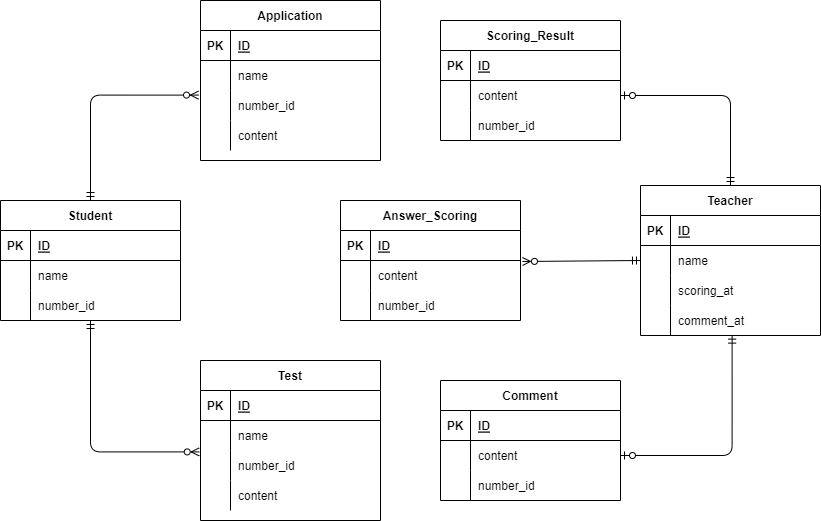
Earlier version of the draw.io export index.drawio.png (masshii/datebasesekkei-enshuumondai). Source tidied: cells renumbered, new cells last; positions are measured from the earlier drawing's top-left corner, leaving out a move shared by most shapes. The source it was exported from:
```xml
<mxGraphModel>
  <root>
    <mxCell id="0" />
    <mxCell id="1" parent="0" />
    <mxCell id="2" value="Application" style="shape=table;startSize=30;rowLines=0;fontStyle=1;align=center;" parent="1" vertex="1">
      <mxGeometry x="200" width="180" height="160" as="geometry" />
    </mxCell>
    <mxCell id="3" style="shape=partialRectangle;fillColor=none;top=0;left=0;bottom=1;right=0;" parent="2" vertex="1">
      <mxGeometry y="30" width="180" height="30" as="geometry" />
    </mxCell>
    <mxCell id="4" value="PK" style="shape=partialRectangle;fillColor=none;top=0;left=0;bottom=0;right=0;fontStyle=1;overflow=hidden;" parent="3" vertex="1">
      <mxGeometry width="30" height="30" as="geometry" />
    </mxCell>
    <mxCell id="5" value="ID" style="shape=partialRectangle;fillColor=none;top=0;left=0;bottom=0;right=0;align=left;spacingLeft=6;fontStyle=5;overflow=hidden;" parent="3" vertex="1">
      <mxGeometry x="30" width="150" height="30" as="geometry" />
    </mxCell>
    <mxCell id="6" style="shape=partialRectangle;fillColor=none;top=0;left=0;bottom=0;right=0;" parent="2" vertex="1">
      <mxGeometry y="60" width="180" height="30" as="geometry" />
    </mxCell>
    <mxCell id="7" style="shape=partialRectangle;fillColor=none;top=0;left=0;bottom=0;right=0;overflow=hidden;" parent="6" vertex="1">
      <mxGeometry width="30" height="30" as="geometry" />
    </mxCell>
    <mxCell id="8" value="name" style="shape=partialRectangle;fillColor=none;top=0;left=0;bottom=0;right=0;align=left;spacingLeft=6;overflow=hidden;" parent="6" vertex="1">
      <mxGeometry x="30" width="150" height="30" as="geometry" />
    </mxCell>
    <mxCell id="9" style="shape=partialRectangle;fillColor=none;top=0;left=0;bottom=0;right=0;points=[[0,0.5],[1,0.5]];portConstraint=eastwest;" parent="2" vertex="1">
      <mxGeometry y="90" width="180" height="30" as="geometry" />
    </mxCell>
    <mxCell id="10" style="shape=partialRectangle;fillColor=none;top=0;left=0;bottom=0;right=0;overflow=hidden;" parent="9" vertex="1">
      <mxGeometry width="30" height="30" as="geometry" />
    </mxCell>
    <mxCell id="11" value="number_id" style="shape=partialRectangle;fillColor=none;top=0;left=0;bottom=0;right=0;align=left;spacingLeft=6;overflow=hidden;" parent="9" vertex="1">
      <mxGeometry x="30" width="150" height="30" as="geometry" />
    </mxCell>
    <mxCell id="12" style="shape=partialRectangle;fillColor=none;top=0;left=0;bottom=0;right=0;" parent="2" vertex="1">
      <mxGeometry y="120" width="180" height="30" as="geometry" />
    </mxCell>
    <mxCell id="13" style="shape=partialRectangle;fillColor=none;top=0;left=0;bottom=0;right=0;overflow=hidden;" parent="12" vertex="1">
      <mxGeometry width="30" height="30" as="geometry" />
    </mxCell>
    <mxCell id="14" value="content" style="shape=partialRectangle;fillColor=none;top=0;left=0;bottom=0;right=0;align=left;spacingLeft=6;overflow=hidden;" parent="12" vertex="1">
      <mxGeometry x="30" width="150" height="30" as="geometry" />
    </mxCell>
    <mxCell id="15" value="Scoring_Result" style="shape=table;startSize=30;rowLines=0;fontStyle=1;align=center;" parent="1" vertex="1">
      <mxGeometry x="440" y="20" width="180" height="120" as="geometry" />
    </mxCell>
    <mxCell id="16" style="shape=partialRectangle;fillColor=none;top=0;left=0;bottom=1;right=0;" parent="15" vertex="1">
      <mxGeometry y="30" width="180" height="30" as="geometry" />
    </mxCell>
    <mxCell id="17" value="PK" style="shape=partialRectangle;fillColor=none;top=0;left=0;bottom=0;right=0;fontStyle=1;overflow=hidden;" parent="16" vertex="1">
      <mxGeometry width="30" height="30" as="geometry" />
    </mxCell>
    <mxCell id="18" value="ID" style="shape=partialRectangle;fillColor=none;top=0;left=0;bottom=0;right=0;align=left;spacingLeft=6;fontStyle=5;overflow=hidden;" parent="16" vertex="1">
      <mxGeometry x="30" width="150" height="30" as="geometry" />
    </mxCell>
    <mxCell id="19" style="shape=partialRectangle;fillColor=none;top=0;left=0;bottom=0;right=0;points=[[0,0.5],[1,0.5]];portConstraint=eastwest;" parent="15" vertex="1">
      <mxGeometry y="60" width="180" height="30" as="geometry" />
    </mxCell>
    <mxCell id="20" style="shape=partialRectangle;fillColor=none;top=0;left=0;bottom=0;right=0;overflow=hidden;" parent="19" vertex="1">
      <mxGeometry width="30" height="30" as="geometry" />
    </mxCell>
    <mxCell id="21" value="content" style="shape=partialRectangle;fillColor=none;top=0;left=0;bottom=0;right=0;align=left;spacingLeft=6;overflow=hidden;" parent="19" vertex="1">
      <mxGeometry x="30" width="150" height="30" as="geometry" />
    </mxCell>
    <mxCell id="22" style="shape=partialRectangle;fillColor=none;top=0;left=0;bottom=0;right=0;" parent="15" vertex="1">
      <mxGeometry y="90" width="180" height="30" as="geometry" />
    </mxCell>
    <mxCell id="23" style="shape=partialRectangle;fillColor=none;top=0;left=0;bottom=0;right=0;overflow=hidden;" parent="22" vertex="1">
      <mxGeometry width="30" height="30" as="geometry" />
    </mxCell>
    <mxCell id="24" value="number_id" style="shape=partialRectangle;fillColor=none;top=0;left=0;bottom=0;right=0;align=left;spacingLeft=6;overflow=hidden;" parent="22" vertex="1">
      <mxGeometry x="30" width="150" height="30" as="geometry" />
    </mxCell>
    <mxCell id="25" style="edgeStyle=orthogonalEdgeStyle;html=1;exitX=0.5;exitY=0;exitDx=0;exitDy=0;entryX=-0.011;entryY=0.153;entryDx=0;entryDy=0;entryPerimeter=0;startArrow=ERmandOne;startFill=0;endArrow=ERzeroToMany;endFill=0;" parent="1" edge="1" source="27" target="9">
      <mxGeometry relative="1" as="geometry" />
    </mxCell>
    <mxCell id="26" style="edgeStyle=orthogonalEdgeStyle;html=1;exitX=0.5;exitY=1;exitDx=0;exitDy=0;entryX=-0.007;entryY=0.047;entryDx=0;entryDy=0;entryPerimeter=0;startArrow=ERmandOne;startFill=0;endArrow=ERzeroToMany;endFill=0;" parent="1" edge="1" source="27" target="44">
      <mxGeometry relative="1" as="geometry" />
    </mxCell>
    <mxCell id="27" value="Student" style="shape=table;startSize=30;rowLines=0;fontStyle=1;align=center;" parent="1" vertex="1">
      <mxGeometry y="200" width="180" height="120" as="geometry" />
    </mxCell>
    <mxCell id="28" style="shape=partialRectangle;fillColor=none;top=0;left=0;bottom=1;right=0;" parent="27" vertex="1">
      <mxGeometry y="30" width="180" height="30" as="geometry" />
    </mxCell>
    <mxCell id="29" value="PK" style="shape=partialRectangle;fillColor=none;top=0;left=0;bottom=0;right=0;fontStyle=1;overflow=hidden;" parent="28" vertex="1">
      <mxGeometry width="30" height="30" as="geometry" />
    </mxCell>
    <mxCell id="30" value="ID" style="shape=partialRectangle;fillColor=none;top=0;left=0;bottom=0;right=0;align=left;spacingLeft=6;fontStyle=5;overflow=hidden;" parent="28" vertex="1">
      <mxGeometry x="30" width="150" height="30" as="geometry" />
    </mxCell>
    <mxCell id="31" style="shape=partialRectangle;fillColor=none;top=0;left=0;bottom=0;right=0;" parent="27" vertex="1">
      <mxGeometry y="60" width="180" height="30" as="geometry" />
    </mxCell>
    <mxCell id="32" style="shape=partialRectangle;fillColor=none;top=0;left=0;bottom=0;right=0;overflow=hidden;" parent="31" vertex="1">
      <mxGeometry width="30" height="30" as="geometry" />
    </mxCell>
    <mxCell id="33" value="name" style="shape=partialRectangle;fillColor=none;top=0;left=0;bottom=0;right=0;align=left;spacingLeft=6;overflow=hidden;" parent="31" vertex="1">
      <mxGeometry x="30" width="150" height="30" as="geometry" />
    </mxCell>
    <mxCell id="34" style="shape=partialRectangle;fillColor=none;top=0;left=0;bottom=0;right=0;" parent="27" vertex="1">
      <mxGeometry y="90" width="180" height="30" as="geometry" />
    </mxCell>
    <mxCell id="35" style="shape=partialRectangle;fillColor=none;top=0;left=0;bottom=0;right=0;overflow=hidden;" parent="34" vertex="1">
      <mxGeometry width="30" height="30" as="geometry" />
    </mxCell>
    <mxCell id="36" value="number_id" style="shape=partialRectangle;fillColor=none;top=0;left=0;bottom=0;right=0;align=left;spacingLeft=6;overflow=hidden;" parent="34" vertex="1">
      <mxGeometry x="30" width="150" height="30" as="geometry" />
    </mxCell>
    <mxCell id="37" value="Test" style="shape=table;startSize=30;rowLines=0;fontStyle=1;align=center;" parent="1" vertex="1">
      <mxGeometry x="200" y="360" width="180" height="160" as="geometry" />
    </mxCell>
    <mxCell id="38" style="shape=partialRectangle;fillColor=none;top=0;left=0;bottom=1;right=0;" parent="37" vertex="1">
      <mxGeometry y="30" width="180" height="30" as="geometry" />
    </mxCell>
    <mxCell id="39" value="PK" style="shape=partialRectangle;fillColor=none;top=0;left=0;bottom=0;right=0;fontStyle=1;overflow=hidden;" parent="38" vertex="1">
      <mxGeometry width="30" height="30" as="geometry" />
    </mxCell>
    <mxCell id="40" value="ID" style="shape=partialRectangle;fillColor=none;top=0;left=0;bottom=0;right=0;align=left;spacingLeft=6;fontStyle=5;overflow=hidden;" parent="38" vertex="1">
      <mxGeometry x="30" width="150" height="30" as="geometry" />
    </mxCell>
    <mxCell id="41" style="shape=partialRectangle;fillColor=none;top=0;left=0;bottom=0;right=0;" parent="37" vertex="1">
      <mxGeometry y="60" width="180" height="30" as="geometry" />
    </mxCell>
    <mxCell id="42" style="shape=partialRectangle;fillColor=none;top=0;left=0;bottom=0;right=0;overflow=hidden;" parent="41" vertex="1">
      <mxGeometry width="30" height="30" as="geometry" />
    </mxCell>
    <mxCell id="43" value="name" style="shape=partialRectangle;fillColor=none;top=0;left=0;bottom=0;right=0;align=left;spacingLeft=6;overflow=hidden;" parent="41" vertex="1">
      <mxGeometry x="30" width="150" height="30" as="geometry" />
    </mxCell>
    <mxCell id="44" style="shape=partialRectangle;fillColor=none;top=0;left=0;bottom=0;right=0;points=[[0,0.5],[1,0.5]];portConstraint=eastwest;" parent="37" vertex="1">
      <mxGeometry y="90" width="180" height="30" as="geometry" />
    </mxCell>
    <mxCell id="45" style="shape=partialRectangle;fillColor=none;top=0;left=0;bottom=0;right=0;overflow=hidden;" parent="44" vertex="1">
      <mxGeometry width="30" height="30" as="geometry" />
    </mxCell>
    <mxCell id="46" value="number_id" style="shape=partialRectangle;fillColor=none;top=0;left=0;bottom=0;right=0;align=left;spacingLeft=6;overflow=hidden;" parent="44" vertex="1">
      <mxGeometry x="30" width="150" height="30" as="geometry" />
    </mxCell>
    <mxCell id="47" style="shape=partialRectangle;fillColor=none;top=0;left=0;bottom=0;right=0;" parent="37" vertex="1">
      <mxGeometry y="120" width="180" height="30" as="geometry" />
    </mxCell>
    <mxCell id="48" style="shape=partialRectangle;fillColor=none;top=0;left=0;bottom=0;right=0;overflow=hidden;" parent="47" vertex="1">
      <mxGeometry width="30" height="30" as="geometry" />
    </mxCell>
    <mxCell id="49" value="content" style="shape=partialRectangle;fillColor=none;top=0;left=0;bottom=0;right=0;align=left;spacingLeft=6;overflow=hidden;" parent="47" vertex="1">
      <mxGeometry x="30" width="150" height="30" as="geometry" />
    </mxCell>
    <mxCell id="50" value="Comment" style="shape=table;startSize=30;rowLines=0;fontStyle=1;align=center;" parent="1" vertex="1">
      <mxGeometry x="440" y="380" width="180" height="120" as="geometry" />
    </mxCell>
    <mxCell id="51" style="shape=partialRectangle;fillColor=none;top=0;left=0;bottom=1;right=0;" parent="50" vertex="1">
      <mxGeometry y="30" width="180" height="30" as="geometry" />
    </mxCell>
    <mxCell id="52" value="PK" style="shape=partialRectangle;fillColor=none;top=0;left=0;bottom=0;right=0;fontStyle=1;overflow=hidden;" parent="51" vertex="1">
      <mxGeometry width="30" height="30" as="geometry" />
    </mxCell>
    <mxCell id="53" value="ID" style="shape=partialRectangle;fillColor=none;top=0;left=0;bottom=0;right=0;align=left;spacingLeft=6;fontStyle=5;overflow=hidden;" parent="51" vertex="1">
      <mxGeometry x="30" width="150" height="30" as="geometry" />
    </mxCell>
    <mxCell id="54" style="shape=partialRectangle;fillColor=none;top=0;left=0;bottom=0;right=0;points=[[0,0.5],[1,0.5]];portConstraint=eastwest;" parent="50" vertex="1">
      <mxGeometry y="60" width="180" height="30" as="geometry" />
    </mxCell>
    <mxCell id="55" style="shape=partialRectangle;fillColor=none;top=0;left=0;bottom=0;right=0;overflow=hidden;" parent="54" vertex="1">
      <mxGeometry width="30" height="30" as="geometry" />
    </mxCell>
    <mxCell id="56" value="content" style="shape=partialRectangle;fillColor=none;top=0;left=0;bottom=0;right=0;align=left;spacingLeft=6;overflow=hidden;" parent="54" vertex="1">
      <mxGeometry x="30" width="150" height="30" as="geometry" />
    </mxCell>
    <mxCell id="57" style="shape=partialRectangle;fillColor=none;top=0;left=0;bottom=0;right=0;" parent="50" vertex="1">
      <mxGeometry y="90" width="180" height="30" as="geometry" />
    </mxCell>
    <mxCell id="58" style="shape=partialRectangle;fillColor=none;top=0;left=0;bottom=0;right=0;overflow=hidden;" parent="57" vertex="1">
      <mxGeometry width="30" height="30" as="geometry" />
    </mxCell>
    <mxCell id="59" value="number_id" style="shape=partialRectangle;fillColor=none;top=0;left=0;bottom=0;right=0;align=left;spacingLeft=6;overflow=hidden;" parent="57" vertex="1">
      <mxGeometry x="30" width="150" height="30" as="geometry" />
    </mxCell>
    <mxCell id="60" style="edgeStyle=orthogonalEdgeStyle;html=1;exitX=0.5;exitY=0;exitDx=0;exitDy=0;startArrow=ERmandOne;startFill=0;endArrow=ERzeroToOne;endFill=0;" parent="1" edge="1" source="61" target="19">
      <mxGeometry relative="1" as="geometry" />
    </mxCell>
    <mxCell id="61" value="Teacher" style="shape=table;startSize=30;rowLines=0;fontStyle=1;align=center;" parent="1" vertex="1">
      <mxGeometry x="640" y="185" width="180" height="150" as="geometry" />
    </mxCell>
    <mxCell id="62" style="shape=partialRectangle;fillColor=none;top=0;left=0;bottom=1;right=0;" parent="61" vertex="1">
      <mxGeometry y="30" width="180" height="30" as="geometry" />
    </mxCell>
    <mxCell id="63" value="PK" style="shape=partialRectangle;fillColor=none;top=0;left=0;bottom=0;right=0;fontStyle=1;overflow=hidden;" parent="62" vertex="1">
      <mxGeometry width="30" height="30" as="geometry" />
    </mxCell>
    <mxCell id="64" value="ID" style="shape=partialRectangle;fillColor=none;top=0;left=0;bottom=0;right=0;align=left;spacingLeft=6;fontStyle=5;overflow=hidden;" parent="62" vertex="1">
      <mxGeometry x="30" width="150" height="30" as="geometry" />
    </mxCell>
    <mxCell id="65" style="shape=partialRectangle;fillColor=none;top=0;left=0;bottom=0;right=0;points=[[0,0.5],[1,0.5]];portConstraint=eastwest;" parent="61" vertex="1">
      <mxGeometry y="60" width="180" height="30" as="geometry" />
    </mxCell>
    <mxCell id="66" style="shape=partialRectangle;fillColor=none;top=0;left=0;bottom=0;right=0;overflow=hidden;" parent="65" vertex="1">
      <mxGeometry width="30" height="30" as="geometry" />
    </mxCell>
    <mxCell id="67" value="name" style="shape=partialRectangle;fillColor=none;top=0;left=0;bottom=0;right=0;align=left;spacingLeft=6;overflow=hidden;" parent="65" vertex="1">
      <mxGeometry x="30" width="150" height="30" as="geometry" />
    </mxCell>
    <mxCell id="68" style="shape=partialRectangle;fillColor=none;top=0;left=0;bottom=0;right=0;" parent="61" vertex="1">
      <mxGeometry y="90" width="180" height="30" as="geometry" />
    </mxCell>
    <mxCell id="69" style="shape=partialRectangle;fillColor=none;top=0;left=0;bottom=0;right=0;overflow=hidden;" parent="68" vertex="1">
      <mxGeometry width="30" height="30" as="geometry" />
    </mxCell>
    <mxCell id="70" value="scoring_at" style="shape=partialRectangle;fillColor=none;top=0;left=0;bottom=0;right=0;align=left;spacingLeft=6;overflow=hidden;" parent="68" vertex="1">
      <mxGeometry x="30" width="150" height="30" as="geometry" />
    </mxCell>
    <mxCell id="71" style="shape=partialRectangle;fillColor=none;top=0;left=0;bottom=0;right=0;points=[[0,0.5],[1,0.5]];portConstraint=eastwest;" parent="61" vertex="1">
      <mxGeometry y="120" width="180" height="30" as="geometry" />
    </mxCell>
    <mxCell id="72" style="shape=partialRectangle;fillColor=none;top=0;left=0;bottom=0;right=0;overflow=hidden;" parent="71" vertex="1">
      <mxGeometry width="30" height="30" as="geometry" />
    </mxCell>
    <mxCell id="73" value="comment_at" style="shape=partialRectangle;fillColor=none;top=0;left=0;bottom=0;right=0;align=left;spacingLeft=6;overflow=hidden;" parent="71" vertex="1">
      <mxGeometry x="30" width="150" height="30" as="geometry" />
    </mxCell>
    <mxCell id="74" value="Answer_Scoring" style="shape=table;startSize=30;rowLines=0;fontStyle=1;align=center;" parent="1" vertex="1">
      <mxGeometry x="340" y="200" width="180" height="120" as="geometry" />
    </mxCell>
    <mxCell id="75" style="shape=partialRectangle;fillColor=none;top=0;left=0;bottom=1;right=0;" parent="74" vertex="1">
      <mxGeometry y="30" width="180" height="30" as="geometry" />
    </mxCell>
    <mxCell id="76" value="PK" style="shape=partialRectangle;fillColor=none;top=0;left=0;bottom=0;right=0;fontStyle=1;overflow=hidden;" parent="75" vertex="1">
      <mxGeometry width="30" height="30" as="geometry" />
    </mxCell>
    <mxCell id="77" value="ID" style="shape=partialRectangle;fillColor=none;top=0;left=0;bottom=0;right=0;align=left;spacingLeft=6;fontStyle=5;overflow=hidden;" parent="75" vertex="1">
      <mxGeometry x="30" width="150" height="30" as="geometry" />
    </mxCell>
    <mxCell id="78" style="shape=partialRectangle;fillColor=none;top=0;left=0;bottom=0;right=0;points=[[0,0.5],[1,0.5]];portConstraint=eastwest;" parent="74" vertex="1">
      <mxGeometry y="60" width="180" height="30" as="geometry" />
    </mxCell>
    <mxCell id="79" style="shape=partialRectangle;fillColor=none;top=0;left=0;bottom=0;right=0;overflow=hidden;" parent="78" vertex="1">
      <mxGeometry width="30" height="30" as="geometry" />
    </mxCell>
    <mxCell id="80" value="content" style="shape=partialRectangle;fillColor=none;top=0;left=0;bottom=0;right=0;align=left;spacingLeft=6;overflow=hidden;" parent="78" vertex="1">
      <mxGeometry x="30" width="150" height="30" as="geometry" />
    </mxCell>
    <mxCell id="81" style="shape=partialRectangle;fillColor=none;top=0;left=0;bottom=0;right=0;" parent="74" vertex="1">
      <mxGeometry y="90" width="180" height="30" as="geometry" />
    </mxCell>
    <mxCell id="82" style="shape=partialRectangle;fillColor=none;top=0;left=0;bottom=0;right=0;overflow=hidden;" parent="81" vertex="1">
      <mxGeometry width="30" height="30" as="geometry" />
    </mxCell>
    <mxCell id="83" value="number_id" style="shape=partialRectangle;fillColor=none;top=0;left=0;bottom=0;right=0;align=left;spacingLeft=6;overflow=hidden;" parent="81" vertex="1">
      <mxGeometry x="30" width="150" height="30" as="geometry" />
    </mxCell>
    <mxCell id="84" style="edgeStyle=orthogonalEdgeStyle;html=1;exitX=1;exitY=0.5;exitDx=0;exitDy=0;entryX=0.509;entryY=0.987;entryDx=0;entryDy=0;entryPerimeter=0;startArrow=ERzeroToOne;startFill=0;endArrow=ERmandOne;endFill=0;" parent="1" edge="1" source="54" target="71">
      <mxGeometry relative="1" as="geometry" />
    </mxCell>
    <mxCell id="85" style="edgeStyle=none;html=1;exitX=0;exitY=0.5;exitDx=0;exitDy=0;entryX=1.011;entryY=0.033;entryDx=0;entryDy=0;entryPerimeter=0;startArrow=ERmandOne;startFill=0;endArrow=ERzeroToMany;endFill=0;" parent="1" edge="1" source="65" target="78">
      <mxGeometry relative="1" as="geometry" />
    </mxCell>
  </root>
</mxGraphModel>
```
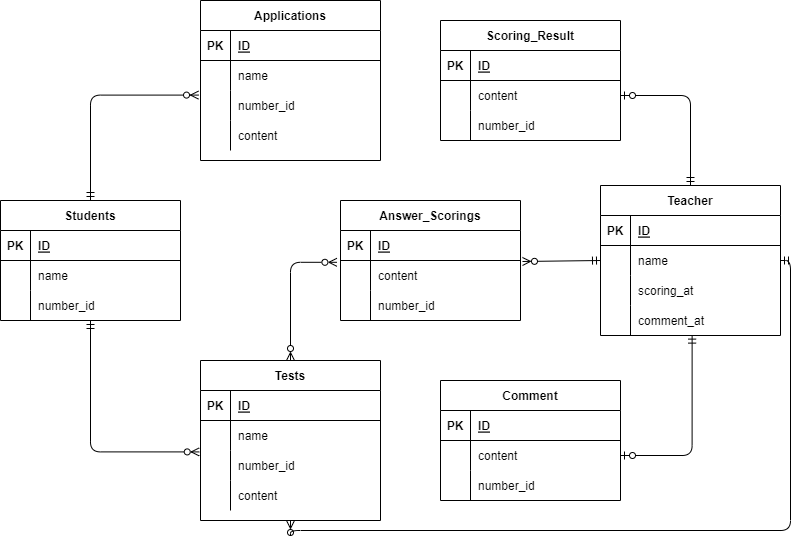
The same file after the commit.

The edit, as a diff of the source:
```diff
@@ -2,7 +2,7 @@
   <root>
     <mxCell id="0" />
     <mxCell id="1" parent="0" />
-    <mxCell id="2" value="Application" style="shape=table;startSize=30;rowLines=0;fontStyle=1;align=center;" parent="1" vertex="1">
+    <mxCell id="2" value="Applications" style="shape=table;startSize=30;rowLines=0;fontStyle=1;align=center;" parent="1" vertex="1">
       <mxGeometry x="200" width="180" height="160" as="geometry" />
     </mxCell>
     <mxCell id="3" style="shape=partialRectangle;fillColor=none;top=0;left=0;bottom=1;right=0;" parent="2" vertex="1">
@@ -77,7 +77,7 @@
     <mxCell id="26" style="edgeStyle=orthogonalEdgeStyle;html=1;exitX=0.5;exitY=1;exitDx=0;exitDy=0;entryX=-0.007;entryY=0.047;entryDx=0;entryDy=0;entryPerimeter=0;startArrow=ERmandOne;startFill=0;endArrow=ERzeroToMany;endFill=0;" parent="1" edge="1" source="27" target="44">
       <mxGeometry relative="1" as="geometry" />
     </mxCell>
-    <mxCell id="27" value="Student" style="shape=table;startSize=30;rowLines=0;fontStyle=1;align=center;" parent="1" vertex="1">
+    <mxCell id="27" value="Students" style="shape=table;startSize=30;rowLines=0;fontStyle=1;align=center;" parent="1" vertex="1">
       <mxGeometry y="200" width="180" height="120" as="geometry" />
     </mxCell>
     <mxCell id="28" style="shape=partialRectangle;fillColor=none;top=0;left=0;bottom=1;right=0;" parent="27" vertex="1">
@@ -107,7 +107,13 @@
     <mxCell id="36" value="number_id" style="shape=partialRectangle;fillColor=none;top=0;left=0;bottom=0;right=0;align=left;spacingLeft=6;overflow=hidden;" parent="34" vertex="1">
       <mxGeometry x="30" width="150" height="30" as="geometry" />
     </mxCell>
+    <mxCell id="86" style="edgeStyle=orthogonalEdgeStyle;html=1;exitX=0.5;exitY=0;exitDx=0;exitDy=0;entryX=-0.02;entryY=0.06;entryDx=0;entryDy=0;entryPerimeter=0;startArrow=ERzeroToMany;startFill=0;endArrow=ERzeroToMany;endFill=0;" parent="1" edge="1" source="37" target="78">
+      <mxGeometry relative="1" as="geometry" />
+    </mxCell>
+    <mxCell id="87" style="edgeStyle=orthogonalEdgeStyle;html=1;exitX=0.5;exitY=1;exitDx=0;exitDy=0;entryX=1;entryY=0.5;entryDx=0;entryDy=0;startArrow=ERzeroToMany;startFill=0;endArrow=ERmandOne;endFill=0;" parent="1" edge="1" source="37" target="61">
+      <mxGeometry relative="1" as="geometry" />
+    </mxCell>
-    <mxCell id="37" value="Test" style="shape=table;startSize=30;rowLines=0;fontStyle=1;align=center;" parent="1" vertex="1">
+    <mxCell id="37" value="Tests" style="shape=table;startSize=30;rowLines=0;fontStyle=1;align=center;" parent="1" vertex="1">
       <mxGeometry x="200" y="360" width="180" height="160" as="geometry" />
     </mxCell>
     <mxCell id="38" style="shape=partialRectangle;fillColor=none;top=0;left=0;bottom=1;right=0;" parent="37" vertex="1">
@@ -180,7 +186,7 @@
       <mxGeometry relative="1" as="geometry" />
     </mxCell>
     <mxCell id="61" value="Teacher" style="shape=table;startSize=30;rowLines=0;fontStyle=1;align=center;" parent="1" vertex="1">
-      <mxGeometry x="640" y="185" width="180" height="150" as="geometry" />
+      <mxGeometry x="600" y="185" width="180" height="150" as="geometry" />
     </mxCell>
     <mxCell id="62" style="shape=partialRectangle;fillColor=none;top=0;left=0;bottom=1;right=0;" parent="61" vertex="1">
       <mxGeometry y="30" width="180" height="30" as="geometry" />
@@ -218,7 +224,7 @@
     <mxCell id="73" value="comment_at" style="shape=partialRectangle;fillColor=none;top=0;left=0;bottom=0;right=0;align=left;spacingLeft=6;overflow=hidden;" parent="71" vertex="1">
       <mxGeometry x="30" width="150" height="30" as="geometry" />
     </mxCell>
-    <mxCell id="74" value="Answer_Scoring" style="shape=table;startSize=30;rowLines=0;fontStyle=1;align=center;" parent="1" vertex="1">
+    <mxCell id="74" value="Answer_Scorings" style="shape=table;startSize=30;rowLines=0;fontStyle=1;align=center;" parent="1" vertex="1">
       <mxGeometry x="340" y="200" width="180" height="120" as="geometry" />
     </mxCell>
     <mxCell id="75" style="shape=partialRectangle;fillColor=none;top=0;left=0;bottom=1;right=0;" parent="74" vertex="1">
```
